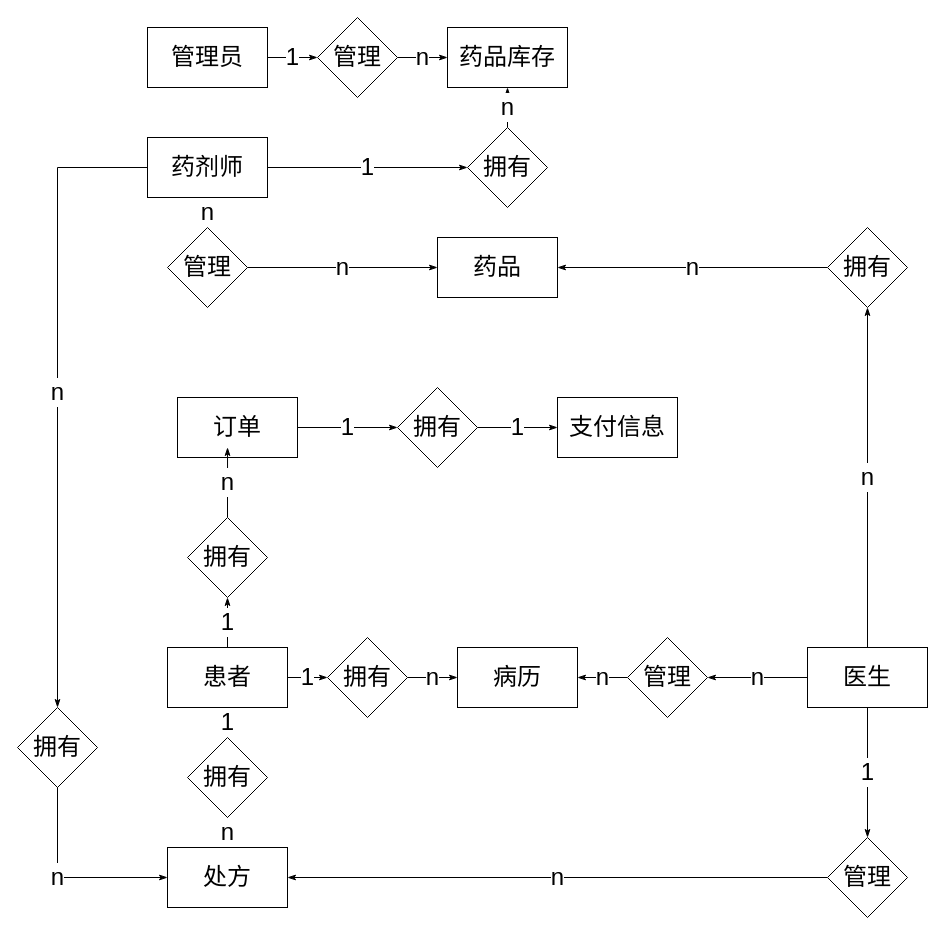
Before: page "Page-1" (1 of 9) of 用例图/医疗信息系统E-R图.drawio in yansiro145/-, a draw.io diagram. Source tidied: cells renumbered, new cells numbered last; positions are measured from the earlier drawing's top-left corner, leaving out a move shared by most shapes. Both pictures are drawn from the tidied source at 100%, with x=0, y=0 at pixel (17, 17).
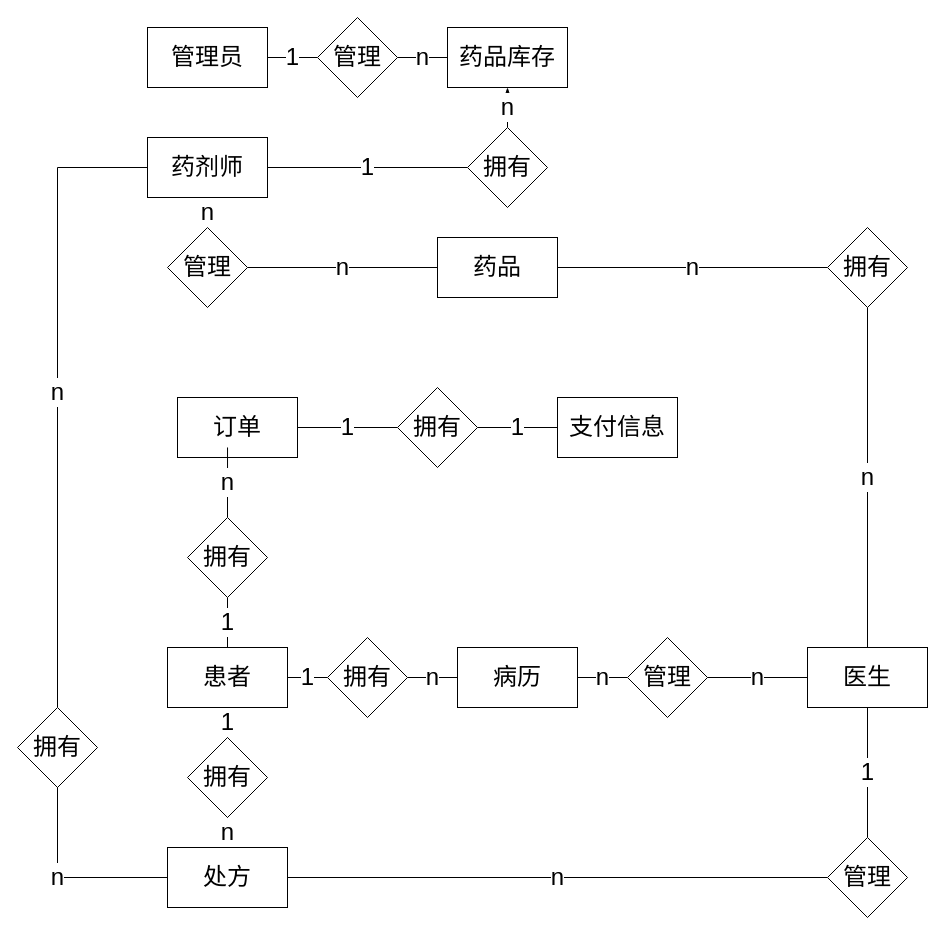
The same page after the edit.

Commit message:
更新医疗信息系统E-R图.drawio

Unchanged cells that the change refers to:
```xml
<mxCell id="5" value="患者" style="rounded=0;whiteSpace=wrap;html=1;fontSize=24;" parent="1" vertex="1">
  <mxGeometry x="150" y="630" width="120" height="60" as="geometry" />
</mxCell>
<mxCell id="7" value="管理" style="rhombus;whiteSpace=wrap;html=1;fontSize=24;" parent="1" vertex="1">
  <mxGeometry x="610" y="620" width="80" height="80" as="geometry" />
</mxCell>
<mxCell id="9" value="拥有" style="rhombus;whiteSpace=wrap;html=1;fontSize=24;" parent="1" vertex="1">
  <mxGeometry x="310" y="620" width="80" height="80" as="geometry" />
</mxCell>
<mxCell id="13" value="医生" style="rounded=0;whiteSpace=wrap;html=1;fontSize=24;" parent="1" vertex="1">
  <mxGeometry x="790" y="630" width="120" height="60" as="geometry" />
</mxCell>
<mxCell id="18" value="药剂师" style="rounded=0;whiteSpace=wrap;html=1;fontSize=24;" parent="1" vertex="1">
  <mxGeometry x="130" y="120" width="120" height="60" as="geometry" />
</mxCell>
<mxCell id="19" value="病历" style="rounded=0;whiteSpace=wrap;html=1;fontSize=24;" parent="1" vertex="1">
  <mxGeometry x="440" y="630" width="120" height="60" as="geometry" />
</mxCell>
<mxCell id="21" value="管理员" style="rounded=0;whiteSpace=wrap;html=1;fontSize=24;" parent="1" vertex="1">
  <mxGeometry x="130" y="10" width="120" height="60" as="geometry" />
</mxCell>
<mxCell id="22" value="药品库存" style="rounded=0;whiteSpace=wrap;html=1;fontSize=24;" parent="1" vertex="1">
  <mxGeometry x="430" y="10" width="120" height="60" as="geometry" />
</mxCell>
<mxCell id="23" value="药品" style="rounded=0;whiteSpace=wrap;html=1;fontSize=24;" parent="1" vertex="1">
  <mxGeometry x="420" y="220" width="120" height="60" as="geometry" />
</mxCell>
<mxCell id="24" value="处方" style="rounded=0;whiteSpace=wrap;html=1;fontSize=24;" parent="1" vertex="1">
  <mxGeometry x="150" y="830" width="120" height="60" as="geometry" />
</mxCell>
<mxCell id="25" value="支付信息" style="rounded=0;whiteSpace=wrap;html=1;fontSize=24;" parent="1" vertex="1">
  <mxGeometry x="540" y="380" width="120" height="60" as="geometry" />
</mxCell>
<mxCell id="27" value="订单" style="rounded=0;whiteSpace=wrap;html=1;fontSize=24;" parent="1" vertex="1">
  <mxGeometry x="160" y="380" width="120" height="60" as="geometry" />
</mxCell>
<mxCell id="29" value="管理" style="rhombus;whiteSpace=wrap;html=1;fontSize=24;" parent="1" vertex="1">
  <mxGeometry x="300" width="80" height="80" as="geometry" />
</mxCell>
<mxCell id="31" value="拥有" style="rhombus;whiteSpace=wrap;html=1;fontSize=24;" parent="1" vertex="1">
  <mxGeometry x="450" y="110" width="80" height="80" as="geometry" />
</mxCell>
<mxCell id="33" value="拥有" style="rhombus;whiteSpace=wrap;html=1;fontSize=24;" parent="1" vertex="1">
  <mxGeometry x="810" y="210" width="80" height="80" as="geometry" />
</mxCell>
<mxCell id="35" value="管理" style="rhombus;whiteSpace=wrap;html=1;fontSize=24;" parent="1" vertex="1">
  <mxGeometry x="150" y="210" width="80" height="80" as="geometry" />
</mxCell>
<mxCell id="37" value="管理" style="rhombus;whiteSpace=wrap;html=1;fontSize=24;" parent="1" vertex="1">
  <mxGeometry x="810" y="820" width="80" height="80" as="geometry" />
</mxCell>
<mxCell id="39" value="拥有" style="rhombus;whiteSpace=wrap;html=1;fontSize=24;" parent="1" vertex="1">
  <mxGeometry x="170" y="720" width="80" height="80" as="geometry" />
</mxCell>
<mxCell id="41" value="拥有" style="rhombus;whiteSpace=wrap;html=1;fontSize=24;" parent="1" vertex="1">
  <mxGeometry y="690" width="80" height="80" as="geometry" />
</mxCell>
<mxCell id="43" value="拥有" style="rhombus;whiteSpace=wrap;html=1;fontSize=24;" parent="1" vertex="1">
  <mxGeometry x="170" y="500" width="80" height="80" as="geometry" />
</mxCell>
<mxCell id="45" value="拥有" style="rhombus;whiteSpace=wrap;html=1;fontSize=24;" parent="1" vertex="1">
  <mxGeometry x="380" y="370" width="80" height="80" as="geometry" />
</mxCell>
```

The edit, as a diff of the source:
```diff
@@
-    <mxCell id="2" value="1" style="edgeStyle=none;rounded=0;jettySize=auto;html=1;endArrow=classicThin;endFill=1;fontSize=24;" parent="1" edge="1" source="5" target="9">
+    <mxCell id="2" value="1" style="edgeStyle=none;rounded=0;jettySize=auto;html=1;endArrow=none;endFill=0;fontSize=24;" parent="1" edge="1" source="5" target="9">
       <mxGeometry relative="1" as="geometry" />
     </mxCell>
-    <mxCell id="3" value="1" style="edgeStyle=none;rounded=0;jettySize=auto;html=1;endArrow=classicThin;endFill=1;fontSize=24;" parent="1" edge="1" source="5" target="39">
+    <mxCell id="3" value="1" style="edgeStyle=none;rounded=0;jettySize=auto;html=1;endArrow=none;endFill=0;fontSize=24;" parent="1" edge="1" source="5" target="39">
       <mxGeometry relative="1" as="geometry" />
     </mxCell>
-    <mxCell id="4" value="1" style="edgeStyle=none;rounded=0;jettySize=auto;html=1;endArrow=classicThin;endFill=1;fontSize=24;" parent="1" edge="1" source="5" target="43">
+    <mxCell id="4" value="1" style="edgeStyle=none;rounded=0;jettySize=auto;html=1;endArrow=none;endFill=0;fontSize=24;" parent="1" edge="1" source="5" target="43">
       <mxGeometry relative="1" as="geometry" />
     </mxCell>
@@
-    <mxCell id="6" value="n" style="edgeStyle=none;rounded=0;jettySize=auto;html=1;endArrow=classicThin;endFill=1;fontSize=24;" parent="1" edge="1" source="7" target="19">
+    <mxCell id="6" value="n" style="edgeStyle=none;rounded=0;jettySize=auto;html=1;endArrow=none;endFill=0;fontSize=24;" parent="1" edge="1" source="7" target="19">
       <mxGeometry relative="1" as="geometry" />
     </mxCell>
@@
-    <mxCell id="8" value="n" style="edgeStyle=none;rounded=0;jettySize=auto;html=1;endArrow=classicThin;endFill=1;fontSize=24;" parent="1" edge="1" source="9" target="19">
+    <mxCell id="8" value="n" style="edgeStyle=none;rounded=0;jettySize=auto;html=1;endArrow=none;endFill=0;fontSize=24;" parent="1" edge="1" source="9" target="19">
       <mxGeometry relative="1" as="geometry" />
     </mxCell>
@@
-    <mxCell id="10" value="n" style="edgeStyle=none;rounded=0;jettySize=auto;html=1;endArrow=classicThin;endFill=1;fontSize=24;" parent="1" edge="1" source="13" target="7">
+    <mxCell id="10" value="n" style="edgeStyle=none;rounded=0;jettySize=auto;html=1;endArrow=none;endFill=0;fontSize=24;" parent="1" edge="1" source="13" target="7">
       <mxGeometry relative="1" as="geometry" />
     </mxCell>
-    <mxCell id="11" value="1" style="edgeStyle=none;rounded=0;jettySize=auto;html=1;endArrow=classicThin;endFill=1;fontSize=24;" parent="1" edge="1" source="13" target="37">
+    <mxCell id="11" value="1" style="edgeStyle=none;rounded=0;jettySize=auto;html=1;endArrow=none;endFill=0;fontSize=24;" parent="1" edge="1" source="13" target="37">
       <mxGeometry relative="1" as="geometry" />
     </mxCell>
-    <mxCell id="12" value="n" style="edgeStyle=none;rounded=0;jettySize=auto;html=1;endArrow=classicThin;endFill=1;fontSize=24;" parent="1" edge="1" source="13" target="33">
+    <mxCell id="12" value="n" style="edgeStyle=none;rounded=0;jettySize=auto;html=1;endArrow=none;endFill=0;fontSize=24;" parent="1" edge="1" source="13" target="33">
       <mxGeometry relative="1" as="geometry" />
     </mxCell>
@@
-    <mxCell id="14" value="1" style="edgeStyle=none;rounded=0;jettySize=auto;html=1;endArrow=classicThin;endFill=1;fontSize=24;" parent="1" edge="1" source="18" target="31">
+    <mxCell id="14" value="1" style="rounded=0;jettySize=auto;html=1;endArrow=none;endFill=0;fontSize=24;" parent="1" edge="1" source="18" target="31">
       <mxGeometry relative="1" as="geometry" />
     </mxCell>
@@
-    <mxCell id="16" value="n" style="edgeStyle=none;rounded=0;jettySize=auto;html=1;endArrow=classicThin;endFill=1;fontSize=24;" parent="1" edge="1" source="18" target="41">
+    <mxCell id="16" value="n" style="edgeStyle=none;rounded=0;jettySize=auto;html=1;endArrow=none;endFill=0;fontSize=24;" parent="1" edge="1" source="18" target="41">
       <mxGeometry relative="1" as="geometry">
         <Array as="points">
           <mxPoint x="40" y="150" />
         </Array>
       </mxGeometry>
     </mxCell>
@@
-    <mxCell id="20" value="1" style="rounded=0;jettySize=auto;html=1;endArrow=classicThin;endFill=1;fontSize=24;" parent="1" edge="1" source="21" target="29">
+    <mxCell id="20" value="1" style="rounded=0;jettySize=auto;html=1;endArrow=none;endFill=0;fontSize=24;" parent="1" edge="1" source="21" target="29">
       <mxGeometry relative="1" as="geometry" />
     </mxCell>
@@
-    <mxCell id="26" value="1" style="edgeStyle=none;rounded=0;jettySize=auto;html=1;endArrow=classicThin;endFill=1;fontSize=24;" parent="1" edge="1" source="27" target="45">
+    <mxCell id="26" value="1" style="edgeStyle=none;rounded=0;jettySize=auto;html=1;endArrow=none;endFill=0;fontSize=24;" parent="1" edge="1" source="27" target="45">
       <mxGeometry relative="1" as="geometry" />
     </mxCell>
@@
-    <mxCell id="28" value="n" style="edgeStyle=none;rounded=0;jettySize=auto;html=1;endArrow=classicThin;endFill=1;fontSize=24;" parent="1" edge="1" source="29" target="22">
+    <mxCell id="28" value="n" style="edgeStyle=none;rounded=0;jettySize=auto;html=1;endArrow=none;endFill=0;fontSize=24;" parent="1" edge="1" source="29" target="22">
       <mxGeometry relative="1" as="geometry" />
     </mxCell>
@@
-    <mxCell id="32" value="n" style="edgeStyle=none;rounded=0;jettySize=auto;html=1;endArrow=classicThin;endFill=1;fontSize=24;" parent="1" edge="1" source="33" target="23">
+    <mxCell id="32" value="n" style="edgeStyle=none;rounded=0;jettySize=auto;html=1;endArrow=none;endFill=0;fontSize=24;" parent="1" edge="1" source="33" target="23">
       <mxGeometry relative="1" as="geometry" />
     </mxCell>
@@
-    <mxCell id="34" value="n" style="edgeStyle=none;rounded=0;jettySize=auto;html=1;endArrow=classicThin;endFill=1;fontSize=24;" parent="1" edge="1" source="35" target="23">
+    <mxCell id="34" value="n" style="edgeStyle=none;rounded=0;jettySize=auto;html=1;endArrow=none;endFill=0;fontSize=24;" parent="1" edge="1" source="35" target="23">
       <mxGeometry relative="1" as="geometry" />
     </mxCell>
@@
-    <mxCell id="36" value="n" style="edgeStyle=none;rounded=0;jettySize=auto;html=1;endArrow=classicThin;endFill=1;fontSize=24;" parent="1" edge="1" source="37" target="24">
+    <mxCell id="36" value="n" style="edgeStyle=none;rounded=0;jettySize=auto;html=1;endArrow=none;endFill=0;fontSize=24;" parent="1" edge="1" source="37" target="24">
       <mxGeometry relative="1" as="geometry" />
     </mxCell>
@@
-    <mxCell id="38" value="n" style="edgeStyle=none;rounded=0;jettySize=auto;html=1;endArrow=classicThin;endFill=1;fontSize=24;" parent="1" edge="1" source="39" target="24">
+    <mxCell id="38" value="n" style="edgeStyle=none;rounded=0;jettySize=auto;html=1;endArrow=none;endFill=0;fontSize=24;" parent="1" edge="1" source="39" target="24">
       <mxGeometry relative="1" as="geometry" />
     </mxCell>
@@
-    <mxCell id="40" value="n" style="edgeStyle=none;rounded=0;jettySize=auto;html=1;endArrow=classicThin;endFill=1;fontSize=24;" parent="1" edge="1" target="24">
+    <mxCell id="40" value="n" style="edgeStyle=none;rounded=0;jettySize=auto;html=1;endArrow=none;endFill=0;fontSize=24;" parent="1" edge="1" target="24">
       <mxGeometry relative="1" as="geometry">
         <mxPoint x="40" y="750" as="sourcePoint" />
         <Array as="points">
           <mxPoint x="40" y="860" />
         </Array>
       </mxGeometry>
     </mxCell>
@@
-    <mxCell id="42" value="n" style="edgeStyle=none;rounded=0;jettySize=auto;html=1;entryX=0.417;entryY=0.833;entryDx=0;entryDy=0;entryPerimeter=0;endArrow=classicThin;endFill=1;fontSize=24;" parent="1" edge="1" source="43" target="27">
+    <mxCell id="42" value="n" style="edgeStyle=none;rounded=0;jettySize=auto;html=1;entryX=0.417;entryY=0.833;entryDx=0;entryDy=0;entryPerimeter=0;endArrow=none;endFill=0;fontSize=24;" parent="1" edge="1" source="43" target="27">
       <mxGeometry relative="1" as="geometry" />
     </mxCell>
@@
-    <mxCell id="44" value="1" style="edgeStyle=none;rounded=0;jettySize=auto;html=1;entryX=0;entryY=0.5;entryDx=0;entryDy=0;endArrow=classicThin;endFill=1;fontSize=24;" parent="1" edge="1" source="45" target="25">
+    <mxCell id="44" value="1" style="edgeStyle=none;rounded=0;jettySize=auto;html=1;entryX=0;entryY=0.5;entryDx=0;entryDy=0;endArrow=none;endFill=0;fontSize=24;" parent="1" edge="1" source="45" target="25">
       <mxGeometry relative="1" as="geometry" />
     </mxCell>
```
